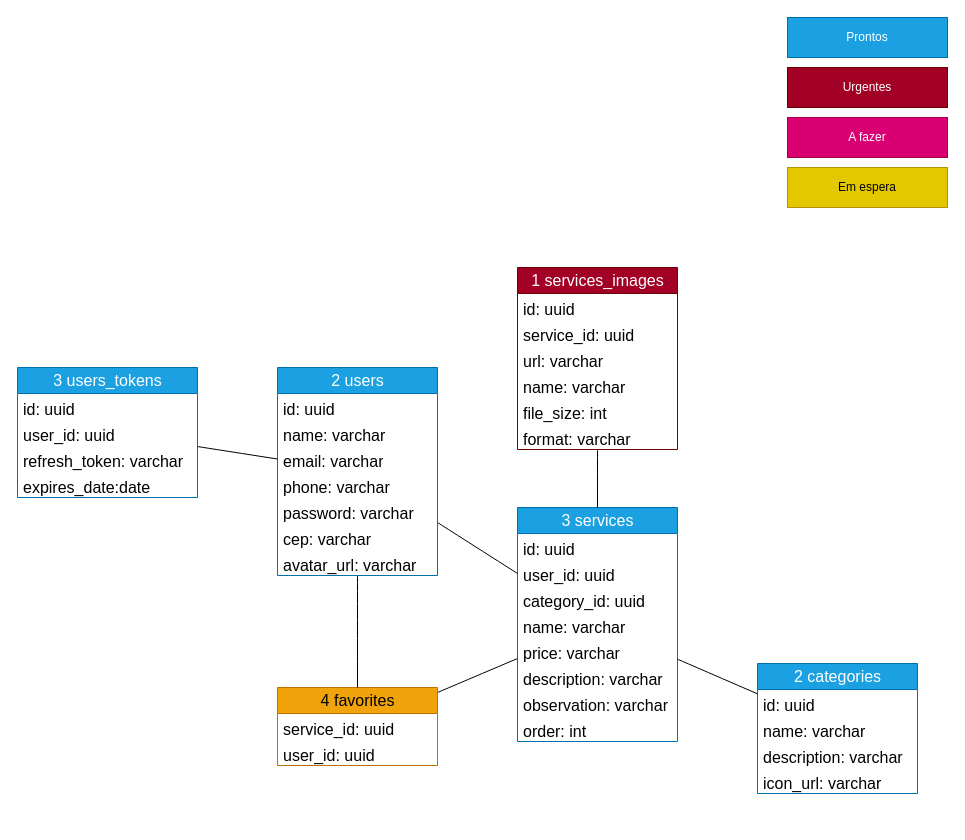
Earlier version of the draw.io diagram docs/database-model.drawio (GabrielMarquesGithub/work-wave-backend). Source tidied: cells renumbered, new cells numbered last; positions are measured from the earlier drawing's top-left corner, leaving out a move shared by most shapes. Both pictures are drawn from the tidied source at 100%, with x=0, y=0 at pixel (17, 17).
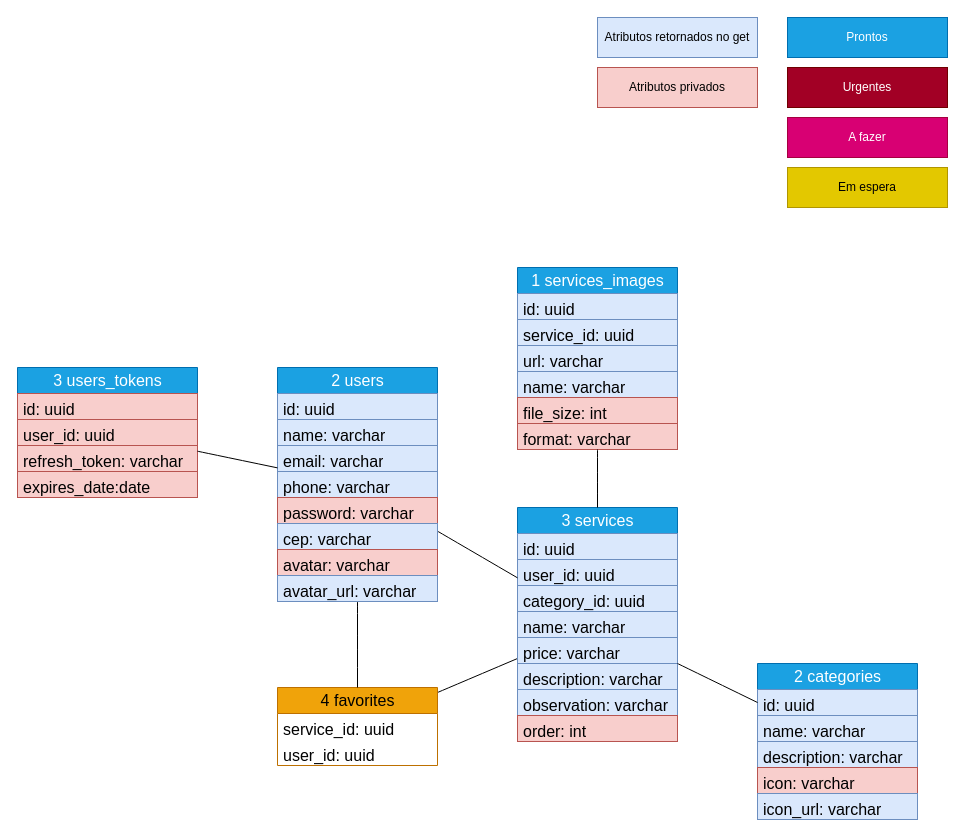
After the change.

The change refers to these unchanged cells:
```xml
<mxCell id="6" value="3 services" style="swimlane;fontStyle=0;horizontal=1;startSize=26;fillColor=#1ba1e2;html=1;fontSize=16;fontColor=#ffffff;strokeColor=#006EAF;" parent="1" vertex="1">
  <mxGeometry x="500" y="490" width="160" height="234" as="geometry" />
</mxCell>
<mxCell id="31" value="3 users_tokens" style="swimlane;fontStyle=0;horizontal=1;startSize=26;fillColor=#1ba1e2;html=1;fontSize=16;fontColor=#ffffff;strokeColor=#006EAF;" parent="1" vertex="1">
  <mxGeometry y="350" width="180" height="130" as="geometry" />
</mxCell>
```

The edit, as a diff of the source:
```diff
@@
-    <mxCell id="7" value="id: uuid" style="text;strokeColor=none;fillColor=none;align=left;verticalAlign=top;spacingLeft=4;spacingRight=4;overflow=hidden;whiteSpace=wrap;html=1;fontSize=16;" parent="6" vertex="1">
+    <mxCell id="7" value="id: uuid" style="text;strokeColor=#6c8ebf;fillColor=#dae8fc;align=left;verticalAlign=top;spacingLeft=4;spacingRight=4;overflow=hidden;whiteSpace=wrap;html=1;fontSize=16;" parent="6" vertex="1">
       <mxGeometry y="26" width="160" height="26" as="geometry" />
     </mxCell>
-    <mxCell id="8" value="user_id: uuid" style="text;strokeColor=none;fillColor=none;align=left;verticalAlign=top;spacingLeft=4;spacingRight=4;overflow=hidden;whiteSpace=wrap;html=1;fontSize=16;" parent="6" vertex="1">
+    <mxCell id="8" value="user_id: uuid" style="text;strokeColor=#6c8ebf;fillColor=#dae8fc;align=left;verticalAlign=top;spacingLeft=4;spacingRight=4;overflow=hidden;whiteSpace=wrap;html=1;fontSize=16;" parent="6" vertex="1">
       <mxGeometry y="52" width="160" height="26" as="geometry" />
     </mxCell>
-    <mxCell id="9" value="category_id: uuid" style="text;strokeColor=none;fillColor=none;align=left;verticalAlign=top;spacingLeft=4;spacingRight=4;overflow=hidden;whiteSpace=wrap;html=1;fontSize=16;" parent="6" vertex="1">
+    <mxCell id="9" value="category_id: uuid" style="text;strokeColor=#6c8ebf;fillColor=#dae8fc;align=left;verticalAlign=top;spacingLeft=4;spacingRight=4;overflow=hidden;whiteSpace=wrap;html=1;fontSize=16;" parent="6" vertex="1">
       <mxGeometry y="78" width="160" height="26" as="geometry" />
     </mxCell>
-    <mxCell id="10" value="name: varchar" style="text;strokeColor=none;fillColor=none;align=left;verticalAlign=top;spacingLeft=4;spacingRight=4;overflow=hidden;whiteSpace=wrap;html=1;fontSize=16;" parent="6" vertex="1">
+    <mxCell id="10" value="name: varchar" style="text;strokeColor=#6c8ebf;fillColor=#dae8fc;align=left;verticalAlign=top;spacingLeft=4;spacingRight=4;overflow=hidden;whiteSpace=wrap;html=1;fontSize=16;" parent="6" vertex="1">
       <mxGeometry y="104" width="160" height="26" as="geometry" />
     </mxCell>
-    <mxCell id="11" value="price: varchar" style="text;strokeColor=none;fillColor=none;align=left;verticalAlign=top;spacingLeft=4;spacingRight=4;overflow=hidden;whiteSpace=wrap;html=1;fontSize=16;" parent="6" vertex="1">
+    <mxCell id="11" value="price: varchar" style="text;strokeColor=#6c8ebf;fillColor=#dae8fc;align=left;verticalAlign=top;spacingLeft=4;spacingRight=4;overflow=hidden;whiteSpace=wrap;html=1;fontSize=16;" parent="6" vertex="1">
       <mxGeometry y="130" width="160" height="26" as="geometry" />
     </mxCell>
-    <mxCell id="12" value="description: varchar" style="text;strokeColor=none;fillColor=none;align=left;verticalAlign=top;spacingLeft=4;spacingRight=4;overflow=hidden;whiteSpace=wrap;html=1;fontSize=16;" parent="6" vertex="1">
+    <mxCell id="12" value="description: varchar" style="text;strokeColor=#6c8ebf;fillColor=#dae8fc;align=left;verticalAlign=top;spacingLeft=4;spacingRight=4;overflow=hidden;whiteSpace=wrap;html=1;fontSize=16;" parent="6" vertex="1">
       <mxGeometry y="156" width="160" height="26" as="geometry" />
     </mxCell>
-    <mxCell id="13" value="observation: varchar" style="text;strokeColor=none;fillColor=none;align=left;verticalAlign=top;spacingLeft=4;spacingRight=4;overflow=hidden;whiteSpace=wrap;html=1;fontSize=16;" parent="6" vertex="1">
+    <mxCell id="13" value="observation: varchar" style="text;strokeColor=#6c8ebf;fillColor=#dae8fc;align=left;verticalAlign=top;spacingLeft=4;spacingRight=4;overflow=hidden;whiteSpace=wrap;html=1;fontSize=16;" parent="6" vertex="1">
       <mxGeometry y="182" width="160" height="26" as="geometry" />
     </mxCell>
-    <mxCell id="14" value="order: int" style="text;strokeColor=none;fillColor=none;align=left;verticalAlign=top;spacingLeft=4;spacingRight=4;overflow=hidden;whiteSpace=wrap;html=1;fontSize=16;" parent="6" vertex="1">
+    <mxCell id="14" value="order: int" style="text;strokeColor=#b85450;fillColor=#f8cecc;align=left;verticalAlign=top;spacingLeft=4;spacingRight=4;overflow=hidden;whiteSpace=wrap;html=1;fontSize=16;" parent="6" vertex="1">
       <mxGeometry y="208" width="160" height="26" as="geometry" />
     </mxCell>
@@
     <mxCell id="17" value="2 users" style="swimlane;fontStyle=0;horizontal=1;startSize=26;fillColor=#1ba1e2;html=1;fontSize=16;fontColor=#ffffff;strokeColor=#006EAF;" parent="1" vertex="1">
-      <mxGeometry x="260" y="350" width="160" height="208" as="geometry" />
+      <mxGeometry x="260" y="350" width="160" height="234" as="geometry" />
     </mxCell>
-    <mxCell id="18" value="id: uuid" style="text;strokeColor=none;fillColor=none;align=left;verticalAlign=top;spacingLeft=4;spacingRight=4;overflow=hidden;whiteSpace=wrap;html=1;fontSize=16;" parent="17" vertex="1">
+    <mxCell id="18" value="id: uuid" style="text;strokeColor=#6c8ebf;fillColor=#dae8fc;align=left;verticalAlign=top;spacingLeft=4;spacingRight=4;overflow=hidden;whiteSpace=wrap;html=1;fontSize=16;" parent="17" vertex="1">
       <mxGeometry y="26" width="160" height="26" as="geometry" />
     </mxCell>
-    <mxCell id="19" value="name: varchar" style="text;strokeColor=none;fillColor=none;align=left;verticalAlign=top;spacingLeft=4;spacingRight=4;overflow=hidden;whiteSpace=wrap;html=1;fontSize=16;" parent="17" vertex="1">
+    <mxCell id="19" value="name: varchar" style="text;strokeColor=#6c8ebf;fillColor=#dae8fc;align=left;verticalAlign=top;spacingLeft=4;spacingRight=4;overflow=hidden;whiteSpace=wrap;html=1;fontSize=16;" parent="17" vertex="1">
       <mxGeometry y="52" width="160" height="26" as="geometry" />
     </mxCell>
-    <mxCell id="20" value="email: varchar" style="text;strokeColor=none;fillColor=none;align=left;verticalAlign=top;spacingLeft=4;spacingRight=4;overflow=hidden;whiteSpace=wrap;html=1;fontSize=16;" parent="17" vertex="1">
+    <mxCell id="20" value="email: varchar" style="text;strokeColor=#6c8ebf;fillColor=#dae8fc;align=left;verticalAlign=top;spacingLeft=4;spacingRight=4;overflow=hidden;whiteSpace=wrap;html=1;fontSize=16;" parent="17" vertex="1">
       <mxGeometry y="78" width="160" height="26" as="geometry" />
     </mxCell>
-    <mxCell id="21" value="phone: varchar" style="text;strokeColor=none;fillColor=none;align=left;verticalAlign=top;spacingLeft=4;spacingRight=4;overflow=hidden;whiteSpace=wrap;html=1;fontSize=16;" parent="17" vertex="1">
+    <mxCell id="21" value="phone: varchar" style="text;strokeColor=#6c8ebf;fillColor=#dae8fc;align=left;verticalAlign=top;spacingLeft=4;spacingRight=4;overflow=hidden;whiteSpace=wrap;html=1;fontSize=16;" parent="17" vertex="1">
       <mxGeometry y="104" width="160" height="26" as="geometry" />
     </mxCell>
-    <mxCell id="22" value="password: varchar" style="text;strokeColor=none;fillColor=none;align=left;verticalAlign=top;spacingLeft=4;spacingRight=4;overflow=hidden;whiteSpace=wrap;html=1;fontSize=16;" parent="17" vertex="1">
+    <mxCell id="22" value="password: varchar" style="text;strokeColor=#b85450;fillColor=#f8cecc;align=left;verticalAlign=top;spacingLeft=4;spacingRight=4;overflow=hidden;whiteSpace=wrap;html=1;fontSize=16;" parent="17" vertex="1">
       <mxGeometry y="130" width="160" height="26" as="geometry" />
     </mxCell>
-    <mxCell id="23" value="cep: varchar" style="text;strokeColor=none;fillColor=none;align=left;verticalAlign=top;spacingLeft=4;spacingRight=4;overflow=hidden;whiteSpace=wrap;html=1;fontSize=16;" parent="17" vertex="1">
+    <mxCell id="23" value="cep: varchar" style="text;strokeColor=#6c8ebf;fillColor=#dae8fc;align=left;verticalAlign=top;spacingLeft=4;spacingRight=4;overflow=hidden;whiteSpace=wrap;html=1;fontSize=16;" parent="17" vertex="1">
       <mxGeometry y="156" width="160" height="26" as="geometry" />
     </mxCell>
+    <mxCell id="49" value="avatar: varchar" style="text;align=left;verticalAlign=top;spacingLeft=4;spacingRight=4;overflow=hidden;whiteSpace=wrap;html=1;fontSize=16;fillColor=#f8cecc;strokeColor=#b85450;" parent="17" vertex="1">
+      <mxGeometry y="182" width="160" height="26" as="geometry" />
+    </mxCell>
-    <mxCell id="24" value="avatar_url: varchar" style="text;align=left;verticalAlign=top;spacingLeft=4;spacingRight=4;overflow=hidden;whiteSpace=wrap;html=1;fontSize=16;" parent="17" vertex="1">
-      <mxGeometry y="182" width="160" height="26" as="geometry" />
+    <mxCell id="24" value="avatar_url: varchar" style="text;align=left;verticalAlign=top;spacingLeft=4;spacingRight=4;overflow=hidden;whiteSpace=wrap;html=1;fontSize=16;fillColor=#dae8fc;strokeColor=#6c8ebf;" parent="17" vertex="1">
+      <mxGeometry y="208" width="160" height="26" as="geometry" />
     </mxCell>
     <mxCell id="25" value="2 categories" style="swimlane;fontStyle=0;horizontal=1;startSize=26;fillColor=#1ba1e2;html=1;fontSize=16;fontColor=#ffffff;strokeColor=#006EAF;" parent="1" vertex="1">
-      <mxGeometry x="740" y="646" width="160" height="130" as="geometry" />
+      <mxGeometry x="740" y="646" width="160" height="156" as="geometry" />
     </mxCell>
-    <mxCell id="26" value="id: uuid" style="text;strokeColor=none;fillColor=none;align=left;verticalAlign=top;spacingLeft=4;spacingRight=4;overflow=hidden;whiteSpace=wrap;html=1;fontSize=16;" parent="25" vertex="1">
+    <mxCell id="26" value="id: uuid" style="text;strokeColor=#6c8ebf;fillColor=#dae8fc;align=left;verticalAlign=top;spacingLeft=4;spacingRight=4;overflow=hidden;whiteSpace=wrap;html=1;fontSize=16;" parent="25" vertex="1">
       <mxGeometry y="26" width="160" height="26" as="geometry" />
     </mxCell>
-    <mxCell id="27" value="name: varchar" style="text;strokeColor=none;fillColor=none;align=left;verticalAlign=top;spacingLeft=4;spacingRight=4;overflow=hidden;whiteSpace=wrap;html=1;fontSize=16;" parent="25" vertex="1">
+    <mxCell id="27" value="name: varchar" style="text;strokeColor=#6c8ebf;fillColor=#dae8fc;align=left;verticalAlign=top;spacingLeft=4;spacingRight=4;overflow=hidden;whiteSpace=wrap;html=1;fontSize=16;" parent="25" vertex="1">
       <mxGeometry y="52" width="160" height="26" as="geometry" />
     </mxCell>
-    <mxCell id="28" value="description: varchar" style="text;strokeColor=none;fillColor=none;align=left;verticalAlign=top;spacingLeft=4;spacingRight=4;overflow=hidden;whiteSpace=wrap;html=1;fontSize=16;" parent="25" vertex="1">
+    <mxCell id="28" value="description: varchar" style="text;strokeColor=#6c8ebf;fillColor=#dae8fc;align=left;verticalAlign=top;spacingLeft=4;spacingRight=4;overflow=hidden;whiteSpace=wrap;html=1;fontSize=16;" parent="25" vertex="1">
       <mxGeometry y="78" width="160" height="26" as="geometry" />
     </mxCell>
+    <mxCell id="50" value="icon: varchar" style="text;align=left;verticalAlign=top;spacingLeft=4;spacingRight=4;overflow=hidden;whiteSpace=wrap;html=1;fontSize=16;fillColor=#f8cecc;strokeColor=#b85450;" parent="25" vertex="1">
+      <mxGeometry y="104" width="160" height="26" as="geometry" />
+    </mxCell>
-    <mxCell id="29" value="icon_url: varchar" style="text;align=left;verticalAlign=top;spacingLeft=4;spacingRight=4;overflow=hidden;whiteSpace=wrap;html=1;fontSize=16;" parent="25" vertex="1">
-      <mxGeometry y="104" width="160" height="26" as="geometry" />
+    <mxCell id="29" value="icon_url: varchar" style="text;align=left;verticalAlign=top;spacingLeft=4;spacingRight=4;overflow=hidden;whiteSpace=wrap;html=1;fontSize=16;fillColor=#dae8fc;strokeColor=#6c8ebf;" parent="25" vertex="1">
+      <mxGeometry y="130" width="160" height="26" as="geometry" />
     </mxCell>
@@
-    <mxCell id="32" value="id: uuid" style="text;strokeColor=none;fillColor=none;align=left;verticalAlign=top;spacingLeft=4;spacingRight=4;overflow=hidden;whiteSpace=wrap;html=1;fontSize=16;" parent="31" vertex="1">
+    <mxCell id="32" value="id: uuid" style="text;strokeColor=#b85450;fillColor=#f8cecc;align=left;verticalAlign=top;spacingLeft=4;spacingRight=4;overflow=hidden;whiteSpace=wrap;html=1;fontSize=16;" parent="31" vertex="1">
       <mxGeometry y="26" width="180" height="26" as="geometry" />
     </mxCell>
-    <mxCell id="33" value="user_id: uuid" style="text;strokeColor=none;fillColor=none;align=left;verticalAlign=top;spacingLeft=4;spacingRight=4;overflow=hidden;whiteSpace=wrap;html=1;fontSize=16;" parent="31" vertex="1">
+    <mxCell id="33" value="user_id: uuid" style="text;strokeColor=#b85450;fillColor=#f8cecc;align=left;verticalAlign=top;spacingLeft=4;spacingRight=4;overflow=hidden;whiteSpace=wrap;html=1;fontSize=16;" parent="31" vertex="1">
       <mxGeometry y="52" width="180" height="26" as="geometry" />
     </mxCell>
-    <mxCell id="34" value="refresh_token: varchar" style="text;strokeColor=none;fillColor=none;align=left;verticalAlign=top;spacingLeft=4;spacingRight=4;overflow=hidden;whiteSpace=wrap;html=1;fontSize=16;" parent="31" vertex="1">
+    <mxCell id="34" value="refresh_token: varchar" style="text;strokeColor=#b85450;fillColor=#f8cecc;align=left;verticalAlign=top;spacingLeft=4;spacingRight=4;overflow=hidden;whiteSpace=wrap;html=1;fontSize=16;" parent="31" vertex="1">
       <mxGeometry y="78" width="180" height="26" as="geometry" />
     </mxCell>
-    <mxCell id="35" value="expires_date:date" style="text;strokeColor=none;fillColor=none;align=left;verticalAlign=top;spacingLeft=4;spacingRight=4;overflow=hidden;whiteSpace=wrap;html=1;fontSize=16;" parent="31" vertex="1">
+    <mxCell id="35" value="expires_date:date" style="text;strokeColor=#b85450;fillColor=#f8cecc;align=left;verticalAlign=top;spacingLeft=4;spacingRight=4;overflow=hidden;whiteSpace=wrap;html=1;fontSize=16;" parent="31" vertex="1">
       <mxGeometry y="104" width="180" height="26" as="geometry" />
     </mxCell>
@@
-    <mxCell id="41" value="1 services_images" style="swimlane;fontStyle=0;horizontal=1;startSize=26;fillColor=#a20025;html=1;fontSize=16;fontColor=#ffffff;strokeColor=#6F0000;" parent="1" vertex="1">
+    <mxCell id="41" value="1 services_images" style="swimlane;fontStyle=0;horizontal=1;startSize=26;fillColor=#1ba1e2;html=1;fontSize=16;strokeColor=#006EAF;fontColor=#ffffff;" parent="1" vertex="1">
       <mxGeometry x="500" y="250" width="160" height="182" as="geometry" />
     </mxCell>
-    <mxCell id="42" value="id: uuid" style="text;strokeColor=none;fillColor=none;align=left;verticalAlign=top;spacingLeft=4;spacingRight=4;overflow=hidden;whiteSpace=wrap;html=1;fontSize=16;" parent="41" vertex="1">
+    <mxCell id="42" value="id: uuid" style="text;strokeColor=#6c8ebf;fillColor=#dae8fc;align=left;verticalAlign=top;spacingLeft=4;spacingRight=4;overflow=hidden;whiteSpace=wrap;html=1;fontSize=16;" parent="41" vertex="1">
       <mxGeometry y="26" width="160" height="26" as="geometry" />
     </mxCell>
-    <mxCell id="43" value="service_id: uuid" style="text;strokeColor=none;fillColor=none;align=left;verticalAlign=top;spacingLeft=4;spacingRight=4;overflow=hidden;whiteSpace=wrap;html=1;fontSize=16;" parent="41" vertex="1">
+    <mxCell id="43" value="service_id: uuid" style="text;strokeColor=#6c8ebf;fillColor=#dae8fc;align=left;verticalAlign=top;spacingLeft=4;spacingRight=4;overflow=hidden;whiteSpace=wrap;html=1;fontSize=16;" parent="41" vertex="1">
       <mxGeometry y="52" width="160" height="26" as="geometry" />
     </mxCell>
-    <mxCell id="44" value="url: varchar" style="text;strokeColor=none;fillColor=none;align=left;verticalAlign=top;spacingLeft=4;spacingRight=4;overflow=hidden;whiteSpace=wrap;html=1;fontSize=16;" parent="41" vertex="1">
+    <mxCell id="44" value="url: varchar" style="text;strokeColor=#6c8ebf;fillColor=#dae8fc;align=left;verticalAlign=top;spacingLeft=4;spacingRight=4;overflow=hidden;whiteSpace=wrap;html=1;fontSize=16;" parent="41" vertex="1">
       <mxGeometry y="78" width="160" height="26" as="geometry" />
     </mxCell>
-    <mxCell id="45" value="name: varchar" style="text;strokeColor=none;fillColor=none;align=left;verticalAlign=top;spacingLeft=4;spacingRight=4;overflow=hidden;whiteSpace=wrap;html=1;fontSize=16;" parent="41" vertex="1">
+    <mxCell id="45" value="name: varchar" style="text;strokeColor=#6c8ebf;fillColor=#dae8fc;align=left;verticalAlign=top;spacingLeft=4;spacingRight=4;overflow=hidden;whiteSpace=wrap;html=1;fontSize=16;" parent="41" vertex="1">
       <mxGeometry y="104" width="160" height="26" as="geometry" />
     </mxCell>
-    <mxCell id="46" value="file_size: int" style="text;strokeColor=none;fillColor=none;align=left;verticalAlign=top;spacingLeft=4;spacingRight=4;overflow=hidden;whiteSpace=wrap;html=1;fontSize=16;" parent="41" vertex="1">
+    <mxCell id="46" value="file_size: int" style="text;strokeColor=#b85450;fillColor=#f8cecc;align=left;verticalAlign=top;spacingLeft=4;spacingRight=4;overflow=hidden;whiteSpace=wrap;html=1;fontSize=16;" parent="41" vertex="1">
       <mxGeometry y="130" width="160" height="26" as="geometry" />
     </mxCell>
-    <mxCell id="47" value="format: varchar" style="text;strokeColor=none;fillColor=none;align=left;verticalAlign=top;spacingLeft=4;spacingRight=4;overflow=hidden;whiteSpace=wrap;html=1;fontSize=16;" parent="41" vertex="1">
+    <mxCell id="47" value="format: varchar" style="text;strokeColor=#b85450;fillColor=#f8cecc;align=left;verticalAlign=top;spacingLeft=4;spacingRight=4;overflow=hidden;whiteSpace=wrap;html=1;fontSize=16;" parent="41" vertex="1">
       <mxGeometry y="156" width="160" height="26" as="geometry" />
     </mxCell>
@@
+    <mxCell id="51" value="Atributos retornados no get" style="rounded=0;whiteSpace=wrap;html=1;fillColor=#dae8fc;strokeColor=#6c8ebf;" parent="1" vertex="1">
+      <mxGeometry x="580" width="160" height="40" as="geometry" />
+    </mxCell>
+    <mxCell id="52" value="Atributos privados" style="rounded=0;whiteSpace=wrap;html=1;fillColor=#f8cecc;strokeColor=#b85450;" parent="1" vertex="1">
+      <mxGeometry x="580" y="50" width="160" height="40" as="geometry" />
+    </mxCell>
```
